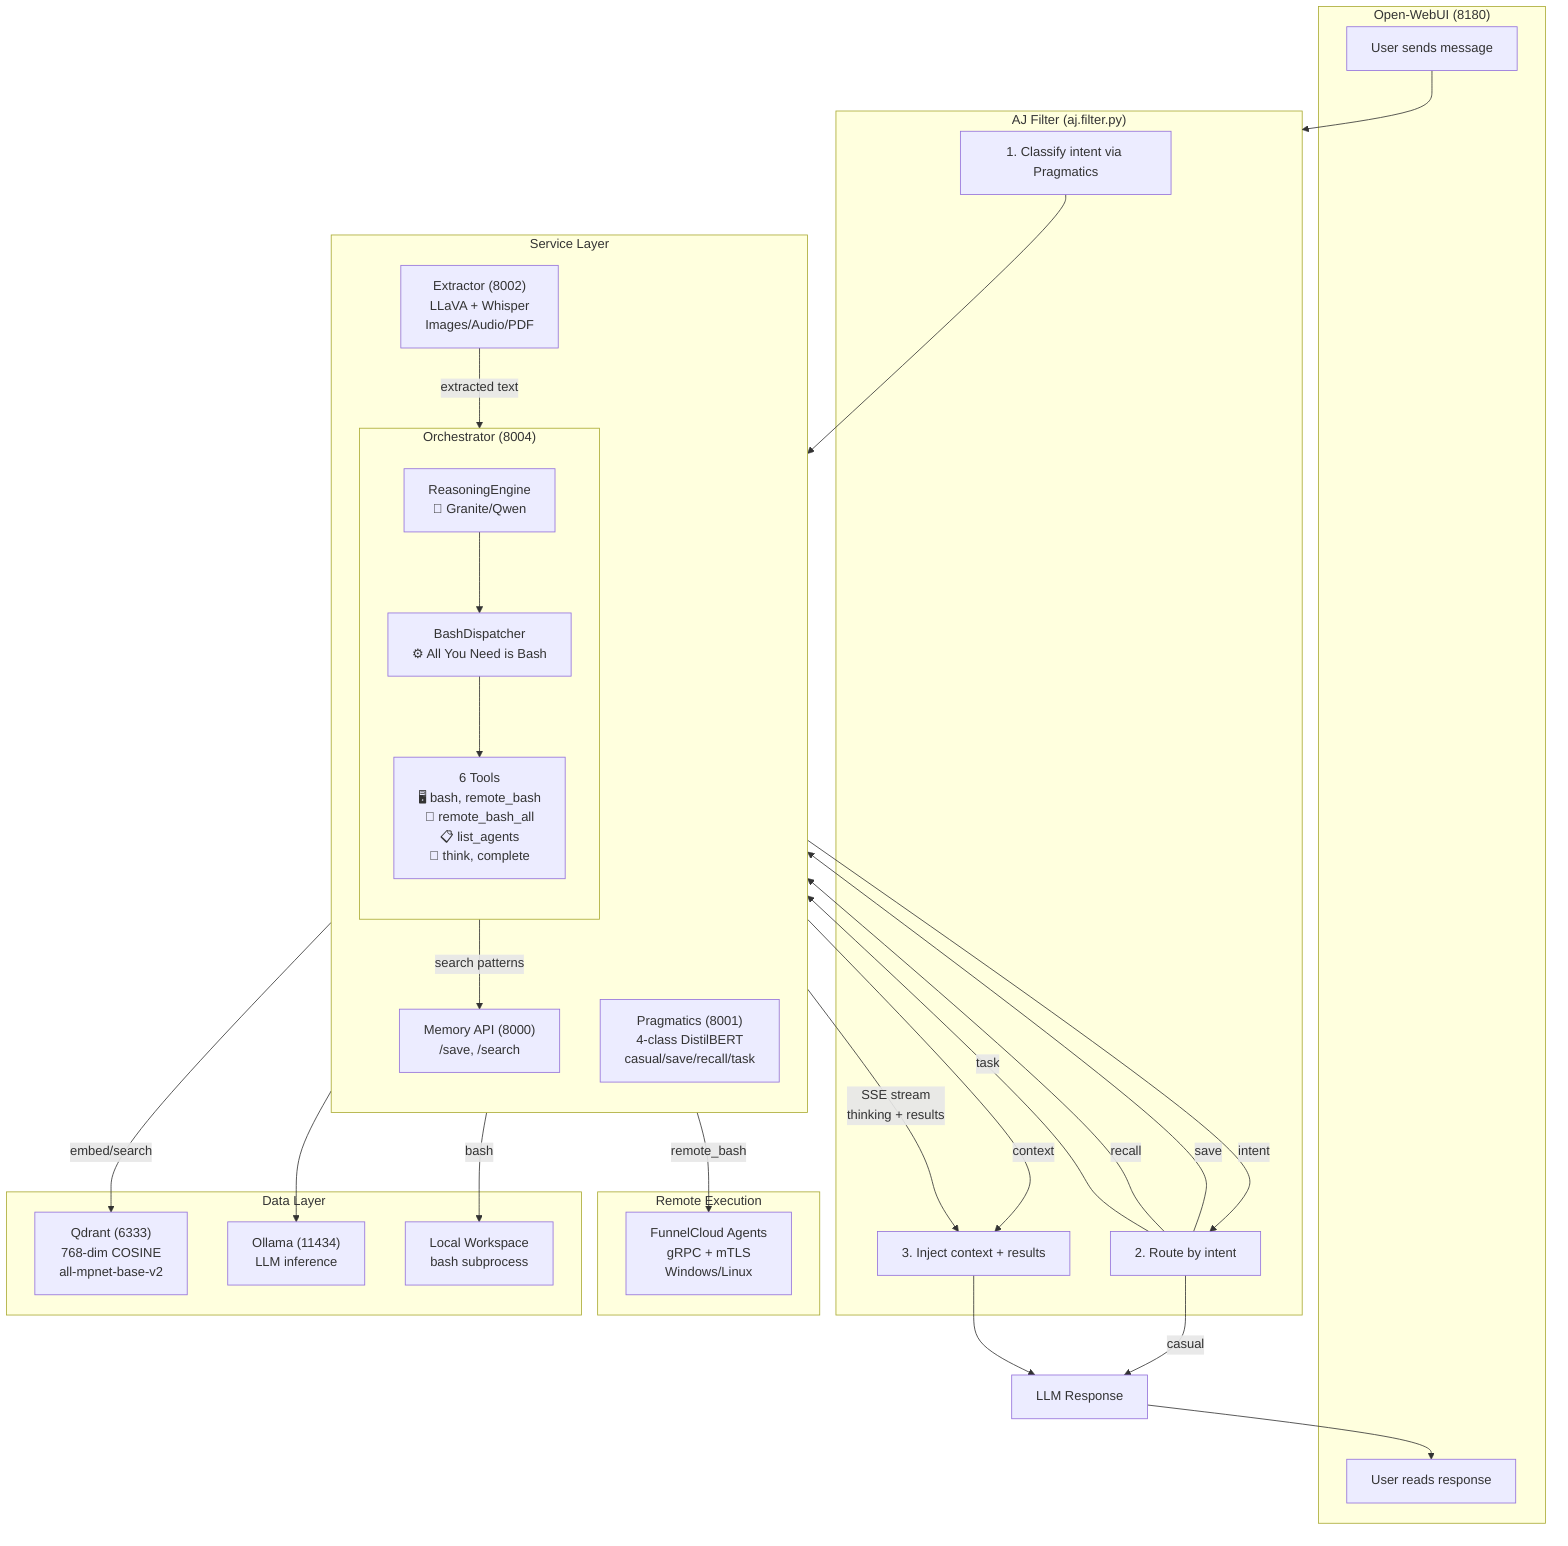
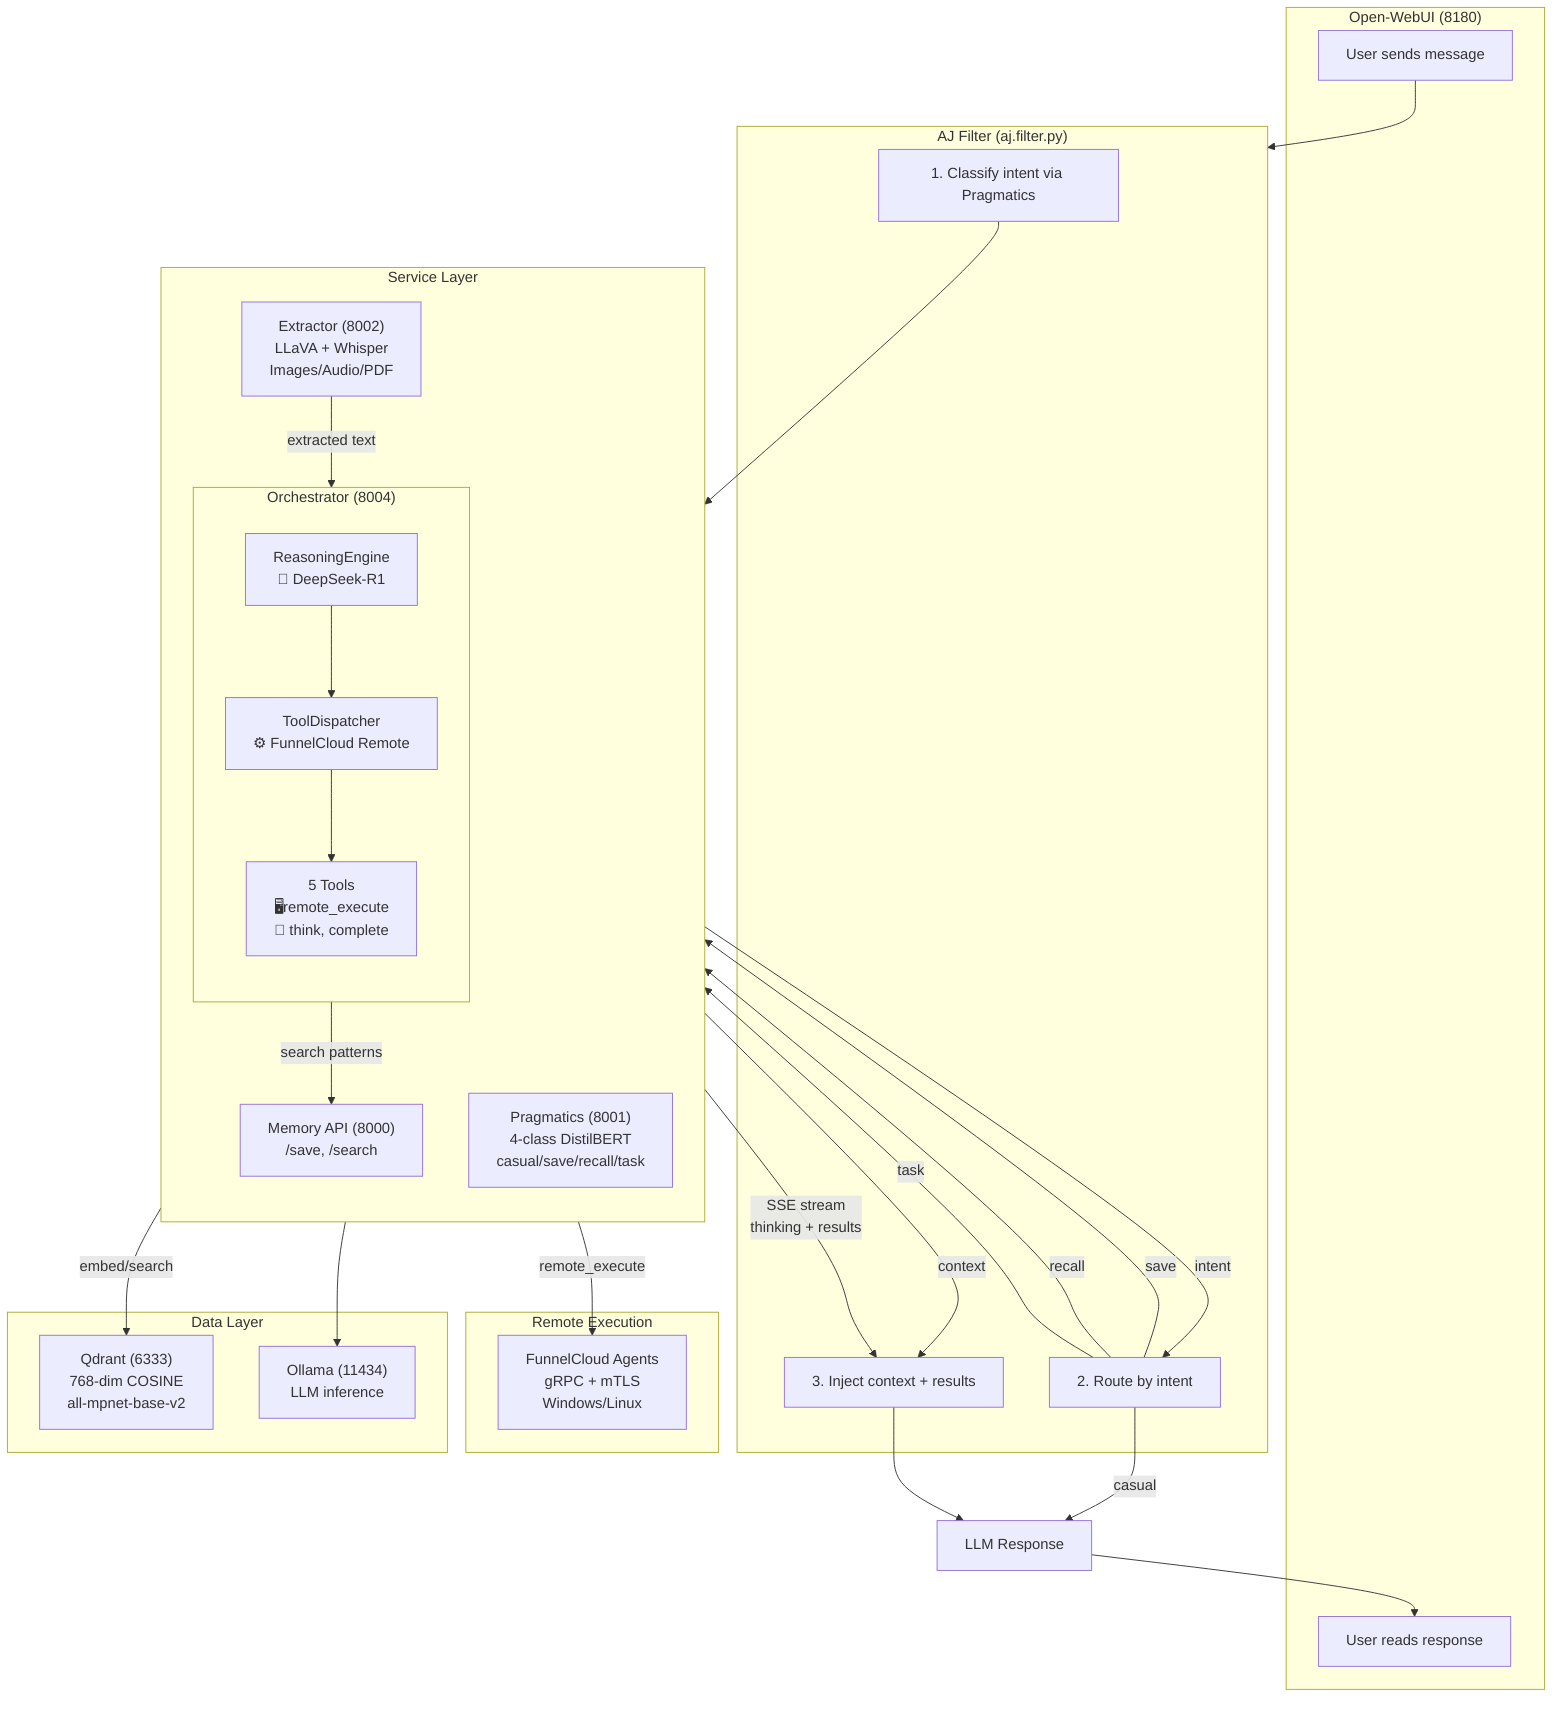
```mermaid
flowchart TB
    subgraph User["Open-WebUI (8180)"]
        UserInput["User sends message"]
        UserReads["User reads response"]
    end

    subgraph Filter["AJ Filter (aj.filter.py)"]
        F1["1. Classify intent via Pragmatics"]
        F2["2. Route by intent"]
        F3["3. Inject context + results"]
    end

    subgraph Services["Service Layer"]
        direction TB
        Pragmatics["Pragmatics (8001)<br/>4-class DistilBERT<br/>casual/save/recall/task"]
        Memory["Memory API (8000)<br/>/save, /search"]

        subgraph OrchestratorBox["Orchestrator (8004)"]
            direction TB
-             Reasoning["ReasoningEngine<br/>🧠 Granite/Qwen"]
-             BashDispatch["BashDispatcher<br/>⚙️ All You Need is Bash"]
-             Tools["6 Tools<br/>🖥️ bash, remote_bash<br/>🔄 remote_bash_all<br/>📋 list_agents<br/>💭 think, complete"]
+             Reasoning["ReasoningEngine<br/>🧠 DeepSeek-R1"]
+             BashDispatch["ToolDispatcher<br/>⚙️ FunnelCloud Remote"]
+             Tools["5 Tools<br/>🖥️remote_execute<br/>💭 think, complete"]

            Reasoning --> BashDispatch
            BashDispatch --> Tools
        end

        Extractor["Extractor (8002)<br/>LLaVA + Whisper<br/>Images/Audio/PDF"]
    end

    subgraph Remote["Remote Execution"]
        FunnelCloud["FunnelCloud Agents<br/>gRPC + mTLS<br/>Windows/Linux"]
    end

    subgraph Storage["Data Layer"]
        Qdrant["Qdrant (6333)<br/>768-dim COSINE<br/>all-mpnet-base-v2"]
        Ollama["Ollama (11434)<br/>LLM inference"]
-         Workspace["Local Workspace<br/>bash subprocess"]
    end

    LLM["LLM Response"]

    %% User to Filter
    UserInput --> Filter

    %% Filter routes to services
    F1 --> Pragmatics
    Pragmatics -->|"intent"| F2

    %% Intent routing
    F2 -->|"casual"| LLM
    F2 -->|"save"| Memory
    F2 -->|"recall"| Memory
    F2 -->|"task"| OrchestratorBox

    %% Orchestrator flow
    Reasoning --> Ollama
-     Tools -->|"bash"| Workspace
-     Tools -->|"remote_bash"| FunnelCloud
+     Tools -->|"remote_execute"| FunnelCloud
    OrchestratorBox -->|"search patterns"| Memory

    %% Memory to Qdrant
    Memory -->|"embed/search"| Qdrant

    %% Results back to filter
    Memory -->|"context"| F3
    OrchestratorBox -->|"SSE stream<br/>thinking + results"| F3
    Extractor -->|"extracted text"| OrchestratorBox
    F3 --> LLM
    LLM --> UserReads
```
